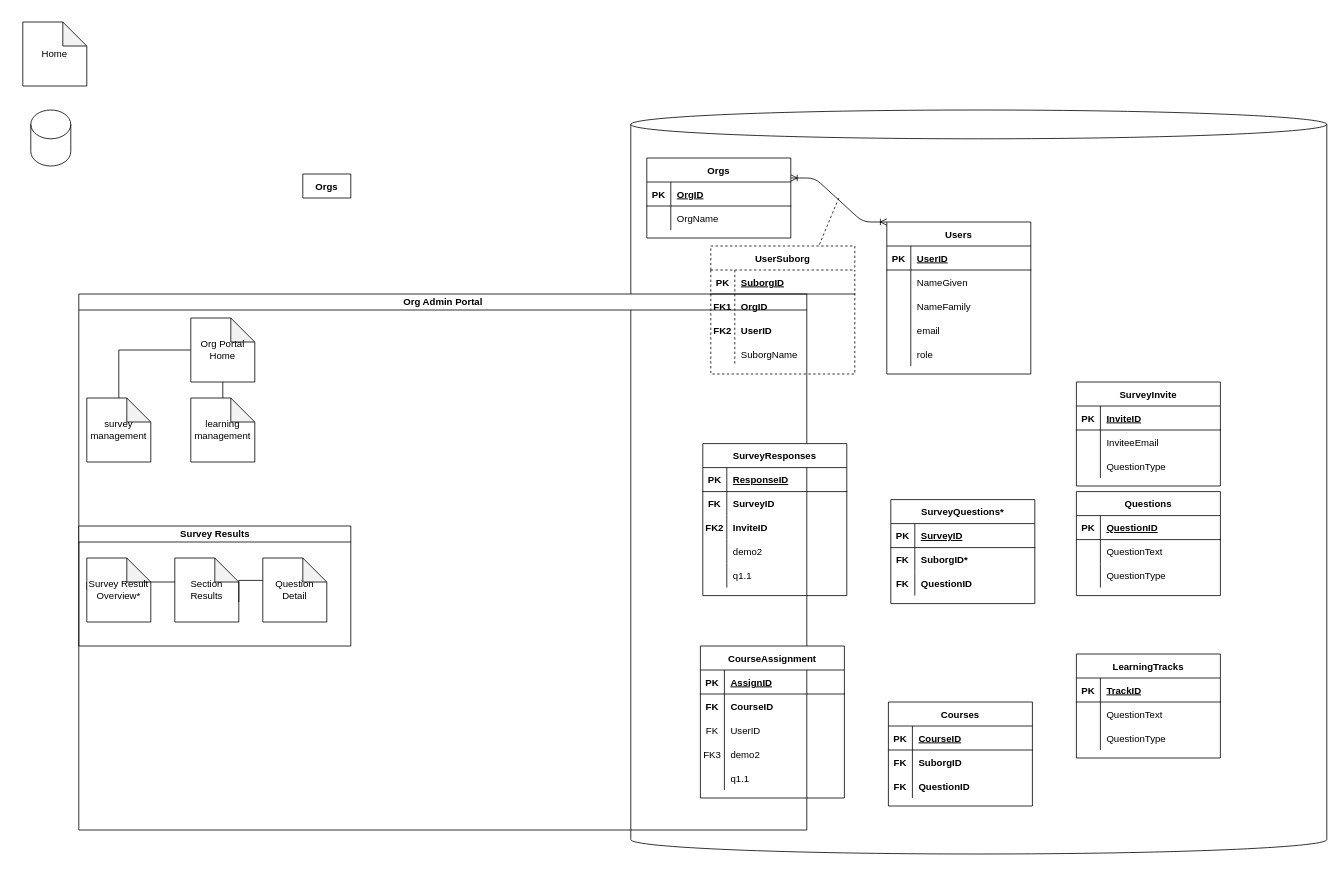
Earlier version of the draw.io diagram page "Page-1" (1 of 3) of Untitled Diagram.drawio (culteng/webapp). Source tidied: cells renumbered, new cells numbered last; positions are measured from the earlier drawing's top-left corner, leaving out a move shared by most shapes. Both pictures are drawn from the tidied source at 80%, with x=0, y=0 at pixel (22, 22).
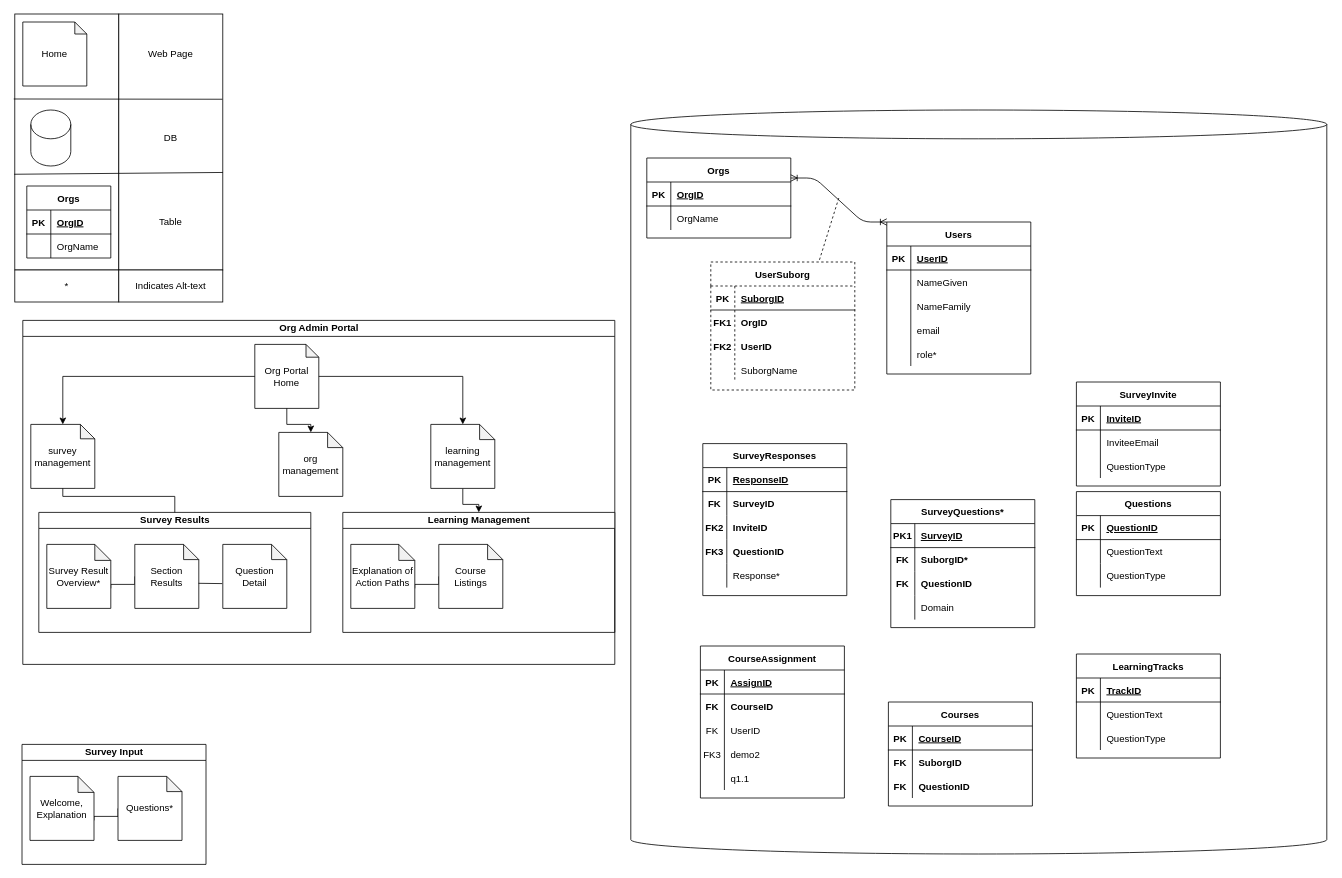
Above is the later version.

Unchanged cells that the change refers to:
```xml
<mxCell id="22" style="shape=partialRectangle;fillColor=none;top=0;left=0;bottom=0;right=0;" parent="9" vertex="1">
  <mxGeometry y="150" width="180" height="30" as="geometry" />
</mxCell>
<mxCell id="48" value="SurveyResponses" style="shape=table;startSize=30;childLayout=tableLayout;rowLines=0;fontStyle=1;align=center;" parent="1" vertex="1">
  <mxGeometry x="850" y="527" width="180" height="190" as="geometry" />
</mxCell>
<mxCell id="61" style="shape=partialRectangle;fillColor=none;top=0;left=0;bottom=0;right=0;" parent="48" vertex="1">
  <mxGeometry y="150" width="180" height="30" as="geometry" />
</mxCell>
<mxCell id="75" style="shape=partialRectangle;fillColor=none;top=0;left=0;bottom=1;right=0;" parent="74" vertex="1">
  <mxGeometry y="30" width="180" height="30" as="geometry" />
</mxCell>
```

Diff of the diagram source:
```diff
@@
+    <mxCell id="138" style="rounded=0;whiteSpace=wrap;html=1;" parent="1" vertex="1">
+      <mxGeometry x="-10" y="-10" width="130" height="320" as="geometry" />
+    </mxCell>
@@
     <mxCell id="3" value="Org Admin Portal" style="swimlane;html=1;startSize=20;horizontal=1;containerType=tree;" parent="1" vertex="1">
-      <mxGeometry x="70" y="340" width="910" height="670" as="geometry" />
+      <mxGeometry y="373" width="740" height="430" as="geometry" />
     </mxCell>
+    <mxCell id="139" value="Learning Management" style="swimlane;html=1;startSize=20;horizontal=1;containerType=tree;" parent="3" vertex="1">
+      <mxGeometry x="400" y="240" width="340" height="150" as="geometry" />
+    </mxCell>
+    <mxCell id="140" style="edgeStyle=elbowEdgeStyle;elbow=vertical;startArrow=none;endArrow=none;rounded=0;exitX=0;exitY=0;exitDx=80;exitDy=55;exitPerimeter=0;entryX=0;entryY=0.5;entryDx=0;entryDy=0;entryPerimeter=0;" parent="139" edge="1" source="141" target="142">
+      <mxGeometry relative="1" as="geometry">
+        <Array as="points">
+          <mxPoint x="100" y="90" />
+        </Array>
+      </mxGeometry>
+    </mxCell>
+    <mxCell id="141" value="Explanation of Action Paths" style="shape=note;whiteSpace=wrap;html=1;backgroundOutline=1;darkOpacity=0.05;fontFamily=Helvetica;fontSize=12;fontColor=#000000;align=center;strokeColor=#000000;fillColor=#ffffff;size=20;" parent="139" vertex="1">
+      <mxGeometry x="10" y="40" width="80" height="80" as="geometry" />
+    </mxCell>
+    <mxCell id="142" value="Course Listings" style="shape=note;whiteSpace=wrap;html=1;backgroundOutline=1;darkOpacity=0.05;fontFamily=Helvetica;fontSize=12;fontColor=#000000;align=center;strokeColor=#000000;fillColor=#ffffff;size=19;" parent="139" vertex="1">
+      <mxGeometry x="120" y="40" width="80" height="80" as="geometry" />
+    </mxCell>
+    <mxCell id="143" style="group;" parent="3" vertex="1">
+      <mxGeometry x="10" y="70" width="470" height="320" as="geometry" />
+    </mxCell>
+    <mxCell id="6" value="survey management" style="shape=note;whiteSpace=wrap;html=1;backgroundOutline=1;darkOpacity=0.05;fontFamily=Helvetica;fontSize=12;fontColor=#000000;align=center;strokeColor=#000000;fillColor=#ffffff;size=18;" parent="143" vertex="1">
+      <mxGeometry y="60" width="80" height="80" as="geometry" />
+    </mxCell>
+    <mxCell id="130" value="Survey Results" style="swimlane;html=1;startSize=20;horizontal=1;containerType=tree;" parent="143" vertex="1">
+      <mxGeometry x="10" y="170" width="340" height="150" as="geometry" />
+    </mxCell>
+    <mxCell id="131" style="edgeStyle=elbowEdgeStyle;elbow=vertical;startArrow=none;endArrow=none;rounded=0;exitX=0;exitY=0;exitDx=80;exitDy=55;exitPerimeter=0;entryX=0;entryY=0.5;entryDx=0;entryDy=0;entryPerimeter=0;" parent="130" edge="1" source="132" target="133">
+      <mxGeometry relative="1" as="geometry">
+        <Array as="points">
+          <mxPoint x="100" y="90" />
+        </Array>
+      </mxGeometry>
+    </mxCell>
+    <mxCell id="132" value="Survey Result Overview*" style="shape=note;whiteSpace=wrap;html=1;backgroundOutline=1;darkOpacity=0.05;fontFamily=Helvetica;fontSize=12;fontColor=#000000;align=center;strokeColor=#000000;fillColor=#ffffff;size=20;" parent="130" vertex="1">
+      <mxGeometry x="10" y="40" width="80" height="80" as="geometry" />
+    </mxCell>
+    <mxCell id="133" value="Section Results" style="shape=note;whiteSpace=wrap;html=1;backgroundOutline=1;darkOpacity=0.05;fontFamily=Helvetica;fontSize=12;fontColor=#000000;align=center;strokeColor=#000000;fillColor=#ffffff;size=19;" parent="130" vertex="1">
+      <mxGeometry x="120" y="40" width="80" height="80" as="geometry" />
+    </mxCell>
+    <mxCell id="134" style="edgeStyle=elbowEdgeStyle;elbow=vertical;startArrow=none;endArrow=none;rounded=0;exitX=0.996;exitY=0.608;exitDx=0;exitDy=0;exitPerimeter=0;entryX=-0.008;entryY=0.608;entryDx=0;entryDy=0;entryPerimeter=0;" parent="130" edge="1" source="133" target="135">
+      <mxGeometry relative="1" as="geometry" />
+    </mxCell>
+    <mxCell id="135" value="Question Detail" style="shape=note;whiteSpace=wrap;html=1;backgroundOutline=1;darkOpacity=0.05;fontFamily=Helvetica;fontSize=12;fontColor=#000000;align=center;strokeColor=#000000;fillColor=#ffffff;size=19;" parent="130" vertex="1">
+      <mxGeometry x="230" y="40" width="80" height="80" as="geometry" />
+    </mxCell>
+    <mxCell id="144" style="edgeStyle=elbowEdgeStyle;elbow=vertical;startArrow=none;endArrow=none;rounded=0;entryX=0.5;entryY=0;entryDx=0;entryDy=0;exitX=0.5;exitY=1;exitDx=0;exitDy=0;exitPerimeter=0;" parent="143" edge="1" source="6" target="130">
+      <mxGeometry relative="1" as="geometry">
+        <Array as="points">
+          <mxPoint x="100" y="150" />
+        </Array>
+      </mxGeometry>
+    </mxCell>
+    <mxCell id="145" style="group;" parent="143" vertex="1">
+      <mxGeometry x="310" y="8" width="160" height="142" as="geometry" />
+    </mxCell>
+    <mxCell id="8" value="org management" style="shape=note;whiteSpace=wrap;html=1;backgroundOutline=1;darkOpacity=0.05;fontFamily=Helvetica;fontSize=12;fontColor=#000000;align=center;strokeColor=#000000;fillColor=#ffffff;size=19;" parent="145" vertex="1">
+      <mxGeometry y="62" width="80" height="80" as="geometry" />
+    </mxCell>
+    <mxCell id="146" style="group;" parent="3" vertex="1">
+      <mxGeometry x="50" y="30" width="320" height="80" as="geometry" />
+    </mxCell>
+    <mxCell id="5" value="Org Portal Home" style="shape=note;whiteSpace=wrap;html=1;backgroundOutline=1;darkOpacity=0.05;fontFamily=Helvetica;fontSize=12;fontColor=#000000;align=center;strokeColor=#000000;fillColor=#ffffff;size=16;" parent="146" vertex="1">
+      <mxGeometry x="240" width="80" height="80" as="geometry" />
+    </mxCell>
-    <mxCell id="4" style="edgeStyle=elbowEdgeStyle;elbow=vertical;startArrow=none;endArrow=none;rounded=0;entryX=0.5;entryY=0;entryDx=0;entryDy=0;entryPerimeter=0;exitX=0;exitY=0.5;exitDx=0;exitDy=0;exitPerimeter=0;" parent="3" edge="1" source="5" target="6">
-      <mxGeometry relative="1" as="geometry">
-        <Array as="points">
-          <mxPoint x="100" y="70" />
-        </Array>
-      </mxGeometry>
+    <mxCell id="4" style="edgeStyle=orthogonalEdgeStyle;rounded=0;jettySize=auto;html=1;entryX=0.5;entryY=0;entryDx=0;entryDy=0;entryPerimeter=0;" parent="3" edge="1" source="5" target="6">
+      <mxGeometry relative="1" as="geometry" />
     </mxCell>
-    <mxCell id="5" value="Org Portal Home" style="shape=note;whiteSpace=wrap;html=1;backgroundOutline=1;darkOpacity=0.05;fontFamily=Helvetica;fontSize=12;fontColor=#000000;align=center;strokeColor=#000000;fillColor=#ffffff;" parent="3" vertex="1">
-      <mxGeometry x="140" y="30" width="80" height="80" as="geometry" />
-    </mxCell>
-    <mxCell id="6" value="survey management" style="shape=note;whiteSpace=wrap;html=1;backgroundOutline=1;darkOpacity=0.05;fontFamily=Helvetica;fontSize=12;fontColor=#000000;align=center;strokeColor=#000000;fillColor=#ffffff;" parent="3" vertex="1">
-      <mxGeometry x="10" y="130" width="80" height="80" as="geometry" />
-    </mxCell>
-    <mxCell id="7" style="edgeStyle=elbowEdgeStyle;elbow=vertical;startArrow=none;endArrow=none;rounded=0;entryX=0.5;entryY=0;entryDx=0;entryDy=0;entryPerimeter=0;" parent="3" edge="1" target="8">
-      <mxGeometry relative="1" as="geometry">
-        <mxPoint x="180" y="110" as="sourcePoint" />
-      </mxGeometry>
-    </mxCell>
-    <mxCell id="8" value="learning management" style="shape=note;whiteSpace=wrap;html=1;backgroundOutline=1;darkOpacity=0.05;fontFamily=Helvetica;fontSize=12;fontColor=#000000;align=center;strokeColor=#000000;fillColor=#ffffff;" parent="3" vertex="1">
-      <mxGeometry x="140" y="130" width="80" height="80" as="geometry" />
-    </mxCell>
+    <mxCell id="147" style="edgeStyle=orthogonalEdgeStyle;rounded=0;jettySize=auto;html=1;entryX=0.5;entryY=0;entryDx=0;entryDy=0;entryPerimeter=0;" parent="3" edge="1" source="5" target="8">
+      <mxGeometry relative="1" as="geometry" />
+    </mxCell>
+    <mxCell id="148" style="edgeStyle=orthogonalEdgeStyle;rounded=0;jettySize=auto;html=1;entryX=0.5;entryY=0;entryDx=0;entryDy=0;" parent="3" edge="1" source="149" target="139">
+      <mxGeometry relative="1" as="geometry" />
+    </mxCell>
+    <mxCell id="149" value="learning management" style="shape=note;whiteSpace=wrap;html=1;backgroundOutline=1;darkOpacity=0.05;fontFamily=Helvetica;fontSize=12;fontColor=#000000;align=center;strokeColor=#000000;fillColor=#ffffff;size=19;" parent="3" vertex="1">
+      <mxGeometry x="510" y="130" width="80" height="80" as="geometry" />
+    </mxCell>
+    <mxCell id="150" style="edgeStyle=orthogonalEdgeStyle;rounded=0;jettySize=auto;html=1;entryX=0.5;entryY=0;entryDx=0;entryDy=0;entryPerimeter=0;" parent="3" edge="1" source="5" target="149">
+      <mxGeometry relative="1" as="geometry" />
+    </mxCell>
@@
-    <mxCell id="24" value="role" style="shape=partialRectangle;fillColor=none;top=0;left=0;bottom=0;right=0;align=left;spacingLeft=6;overflow=hidden;" parent="22" vertex="1">
+    <mxCell id="24" value="role*" style="shape=partialRectangle;fillColor=none;top=0;left=0;bottom=0;right=0;align=left;spacingLeft=6;overflow=hidden;" parent="22" vertex="1">
       <mxGeometry x="30" width="150" height="30" as="geometry" />
     </mxCell>
@@
     <mxCell id="32" value="UserSuborg" style="shape=table;startSize=30;childLayout=tableLayout;rowLines=0;fontStyle=1;align=center;dashed=1;" parent="1" vertex="1">
-      <mxGeometry x="860" y="280" width="180" height="160" as="geometry" />
+      <mxGeometry x="860" y="300" width="180" height="160" as="geometry" />
     </mxCell>
@@
-    <mxCell id="47" value="Home" style="shape=note;whiteSpace=wrap;html=1;backgroundOutline=1;darkOpacity=0.05;fontFamily=Helvetica;fontSize=12;fontColor=#000000;align=center;strokeColor=#000000;fillColor=#ffffff;" parent="1" vertex="1">
+    <mxCell id="47" value="Home" style="shape=note;whiteSpace=wrap;html=1;backgroundOutline=1;darkOpacity=0.05;fontFamily=Helvetica;fontSize=12;fontColor=#000000;align=center;strokeColor=#000000;fillColor=#ffffff;size=15;" parent="1" vertex="1">
       <mxGeometry width="80" height="80" as="geometry" />
     </mxCell>
@@
-    <mxCell id="58" style="shape=partialRectangle;fillColor=none;top=0;left=0;bottom=0;right=0;" parent="48" vertex="1">
+    <mxCell id="58" style="shape=partialRectangle;fillColor=none;top=0;left=0;bottom=0;right=0;fontStyle=1;" parent="48" vertex="1">
       <mxGeometry y="120" width="180" height="30" as="geometry" />
     </mxCell>
-    <mxCell id="59" style="shape=partialRectangle;fillColor=none;top=0;left=0;bottom=0;right=0;overflow=hidden;" parent="58" vertex="1">
+    <mxCell id="59" value="FK3" style="shape=partialRectangle;fillColor=none;top=0;left=0;bottom=0;right=0;overflow=hidden;fontStyle=1;" parent="58" vertex="1">
       <mxGeometry width="30" height="30" as="geometry" />
     </mxCell>
-    <mxCell id="60" value="demo2" style="shape=partialRectangle;fillColor=none;top=0;left=0;bottom=0;right=0;align=left;spacingLeft=6;overflow=hidden;" parent="58" vertex="1">
+    <mxCell id="60" value="QuestionID" style="shape=partialRectangle;fillColor=none;top=0;left=0;bottom=0;right=0;align=left;spacingLeft=6;overflow=hidden;fontStyle=1;" parent="58" vertex="1">
       <mxGeometry x="30" width="150" height="30" as="geometry" />
     </mxCell>
@@
-    <mxCell id="63" value="q1.1" style="shape=partialRectangle;fillColor=none;top=0;left=0;bottom=0;right=0;align=left;spacingLeft=6;overflow=hidden;" parent="61" vertex="1">
+    <mxCell id="63" value="Response*" style="shape=partialRectangle;fillColor=none;top=0;left=0;bottom=0;right=0;align=left;spacingLeft=6;overflow=hidden;" parent="61" vertex="1">
       <mxGeometry x="30" width="150" height="30" as="geometry" />
     </mxCell>
@@
     <mxCell id="74" value="SurveyQuestions*" style="shape=table;startSize=30;childLayout=tableLayout;rowLines=0;fontStyle=1;align=center;" parent="1" vertex="1">
-      <mxGeometry x="1085" y="597" width="180" height="130" as="geometry" />
+      <mxGeometry x="1085" y="597" width="180" height="160" as="geometry" />
     </mxCell>
@@
-    <mxCell id="76" value="PK" style="shape=partialRectangle;fillColor=none;top=0;left=0;bottom=0;right=0;fontStyle=1;overflow=hidden;" parent="75" vertex="1">
+    <mxCell id="76" value="PK1" style="shape=partialRectangle;fillColor=none;top=0;left=0;bottom=0;right=0;fontStyle=1;overflow=hidden;" parent="75" vertex="1">
       <mxGeometry width="30" height="30" as="geometry" />
     </mxCell>
@@
+    <mxCell id="151" style="shape=partialRectangle;fillColor=none;top=0;left=0;bottom=0;right=0;fontStyle=1;" parent="74" vertex="1">
+      <mxGeometry y="120" width="180" height="30" as="geometry" />
+    </mxCell>
+    <mxCell id="152" style="shape=partialRectangle;fillColor=none;top=0;left=0;bottom=0;right=0;overflow=hidden;fontStyle=1;" parent="151" vertex="1">
+      <mxGeometry width="30" height="30" as="geometry" />
+    </mxCell>
+    <mxCell id="153" value="Domain" style="shape=partialRectangle;fillColor=none;top=0;left=0;bottom=0;right=0;align=left;spacingLeft=6;overflow=hidden;fontStyle=0;" parent="151" vertex="1">
+      <mxGeometry x="30" width="150" height="30" as="geometry" />
+    </mxCell>
@@
-    <mxCell id="130" value="Survey Results" style="swimlane;html=1;startSize=20;horizontal=1;containerType=tree;" parent="1" vertex="1">
-      <mxGeometry x="70" y="630" width="340" height="150" as="geometry" />
-    </mxCell>
-    <mxCell id="131" style="edgeStyle=elbowEdgeStyle;elbow=vertical;startArrow=none;endArrow=none;rounded=0;entryX=0.5;entryY=0;entryDx=0;entryDy=0;entryPerimeter=0;exitX=0;exitY=0.5;exitDx=0;exitDy=0;exitPerimeter=0;" parent="130" edge="1" source="132" target="133">
-      <mxGeometry relative="1" as="geometry">
-        <Array as="points">
-          <mxPoint x="100" y="70" />
-        </Array>
-      </mxGeometry>
-    </mxCell>
-    <mxCell id="132" value="Survey Result Overview*" style="shape=note;whiteSpace=wrap;html=1;backgroundOutline=1;darkOpacity=0.05;fontFamily=Helvetica;fontSize=12;fontColor=#000000;align=center;strokeColor=#000000;fillColor=#ffffff;" parent="130" vertex="1">
-      <mxGeometry x="10" y="40" width="80" height="80" as="geometry" />
-    </mxCell>
-    <mxCell id="133" value="Section Results" style="shape=note;whiteSpace=wrap;html=1;backgroundOutline=1;darkOpacity=0.05;fontFamily=Helvetica;fontSize=12;fontColor=#000000;align=center;strokeColor=#000000;fillColor=#ffffff;" parent="130" vertex="1">
-      <mxGeometry x="120" y="40" width="80" height="80" as="geometry" />
-    </mxCell>
-    <mxCell id="134" style="edgeStyle=elbowEdgeStyle;elbow=vertical;startArrow=none;endArrow=none;rounded=0;entryX=0.5;entryY=0;entryDx=0;entryDy=0;entryPerimeter=0;exitX=0;exitY=0;exitDx=80;exitDy=55;exitPerimeter=0;" parent="130" edge="1" source="133" target="135">
-      <mxGeometry relative="1" as="geometry" />
-    </mxCell>
-    <mxCell id="135" value="Question Detail" style="shape=note;whiteSpace=wrap;html=1;backgroundOutline=1;darkOpacity=0.05;fontFamily=Helvetica;fontSize=12;fontColor=#000000;align=center;strokeColor=#000000;fillColor=#ffffff;" parent="130" vertex="1">
-      <mxGeometry x="230" y="40" width="80" height="80" as="geometry" />
-    </mxCell>
@@
-    <mxCell id="137" value="Orgs" style="shape=table;startSize=30;childLayout=tableLayout;rowLines=0;fontStyle=1;align=center;" parent="1" vertex="1" collapsed="1">
-      <mxGeometry x="350" y="190" width="60" height="30" as="geometry" />
+    <mxCell id="137" value="Orgs" style="shape=table;startSize=30;childLayout=tableLayout;rowLines=0;fontStyle=1;align=center;" parent="1" vertex="1">
+      <mxGeometry x="5" y="205" width="105" height="90" as="geometry" />
     </mxCell>
+    <mxCell id="154" style="shape=partialRectangle;fillColor=none;top=0;left=0;bottom=1;right=0;" parent="137" vertex="1">
+      <mxGeometry y="30" width="105" height="30" as="geometry" />
+    </mxCell>
+    <mxCell id="155" value="PK" style="shape=partialRectangle;fillColor=none;top=0;left=0;bottom=0;right=0;fontStyle=1;overflow=hidden;" parent="154" vertex="1">
+      <mxGeometry width="30" height="30" as="geometry" />
+    </mxCell>
+    <mxCell id="156" value="OrgID" style="shape=partialRectangle;fillColor=none;top=0;left=0;bottom=0;right=0;align=left;spacingLeft=6;fontStyle=5;overflow=hidden;" parent="154" vertex="1">
+      <mxGeometry x="30" width="75" height="30" as="geometry" />
+    </mxCell>
+    <mxCell id="157" style="shape=partialRectangle;fillColor=none;top=0;left=0;bottom=0;right=0;" parent="137" vertex="1">
+      <mxGeometry y="60" width="105" height="30" as="geometry" />
+    </mxCell>
+    <mxCell id="158" style="shape=partialRectangle;fillColor=none;top=0;left=0;bottom=0;right=0;overflow=hidden;" parent="157" vertex="1">
+      <mxGeometry width="30" height="30" as="geometry" />
+    </mxCell>
+    <mxCell id="159" value="OrgName" style="shape=partialRectangle;fillColor=none;top=0;left=0;bottom=0;right=0;align=left;spacingLeft=6;overflow=hidden;" parent="157" vertex="1">
+      <mxGeometry x="30" width="75" height="30" as="geometry" />
+    </mxCell>
+    <mxCell id="160" style="rounded=0;whiteSpace=wrap;html=1;" parent="1" vertex="1">
+      <mxGeometry x="120" y="-10" width="130" height="320" as="geometry" />
+    </mxCell>
+    <mxCell id="161" style="endArrow=none;html=1;exitX=-0.01;exitY=0.332;exitDx=0;exitDy=0;exitPerimeter=0;entryX=0.997;entryY=0.333;entryDx=0;entryDy=0;entryPerimeter=0;" parent="1" edge="1" source="138" target="160">
+      <mxGeometry relative="1" as="geometry" />
+    </mxCell>
+    <mxCell id="162" style="endArrow=none;html=1;exitX=-0.006;exitY=0.626;exitDx=0;exitDy=0;exitPerimeter=0;entryX=1.001;entryY=0.619;entryDx=0;entryDy=0;entryPerimeter=0;" parent="1" edge="1" source="138" target="160">
+      <mxGeometry relative="1" as="geometry" />
+    </mxCell>
+    <mxCell id="163" value="DB" style="text;html=1;strokeColor=none;fillColor=none;align=center;verticalAlign=middle;whiteSpace=wrap;rounded=0;" parent="1" vertex="1">
+      <mxGeometry x="120" y="135" width="130" height="20" as="geometry" />
+    </mxCell>
+    <mxCell id="164" value="Web Page" style="text;html=1;strokeColor=none;fillColor=none;align=center;verticalAlign=middle;whiteSpace=wrap;rounded=0;" parent="1" vertex="1">
+      <mxGeometry x="120" y="30" width="130" height="20" as="geometry" />
+    </mxCell>
+    <mxCell id="165" value="Table" style="text;html=1;strokeColor=none;fillColor=none;align=center;verticalAlign=middle;whiteSpace=wrap;rounded=0;" parent="1" vertex="1">
+      <mxGeometry x="120" y="240" width="130" height="20" as="geometry" />
+    </mxCell>
+    <mxCell id="166" value="Survey Input" style="swimlane;html=1;startSize=20;horizontal=1;containerType=tree;" parent="1" vertex="1">
+      <mxGeometry x="-1" y="903" width="230" height="150" as="geometry" />
+    </mxCell>
+    <mxCell id="167" style="edgeStyle=elbowEdgeStyle;elbow=vertical;startArrow=none;endArrow=none;rounded=0;exitX=0;exitY=0;exitDx=80;exitDy=55;exitPerimeter=0;entryX=0;entryY=0.5;entryDx=0;entryDy=0;entryPerimeter=0;" parent="166" edge="1" source="168" target="169">
+      <mxGeometry relative="1" as="geometry">
+        <Array as="points">
+          <mxPoint x="100" y="90" />
+        </Array>
+      </mxGeometry>
+    </mxCell>
+    <mxCell id="168" value="Welcome, Explanation" style="shape=note;whiteSpace=wrap;html=1;backgroundOutline=1;darkOpacity=0.05;fontFamily=Helvetica;fontSize=12;fontColor=#000000;align=center;strokeColor=#000000;fillColor=#ffffff;size=20;" parent="166" vertex="1">
+      <mxGeometry x="10" y="40" width="80" height="80" as="geometry" />
+    </mxCell>
+    <mxCell id="169" value="Questions*" style="shape=note;whiteSpace=wrap;html=1;backgroundOutline=1;darkOpacity=0.05;fontFamily=Helvetica;fontSize=12;fontColor=#000000;align=center;strokeColor=#000000;fillColor=#ffffff;size=19;" parent="166" vertex="1">
+      <mxGeometry x="120" y="40" width="80" height="80" as="geometry" />
+    </mxCell>
+    <mxCell id="170" value="*" style="rounded=0;whiteSpace=wrap;html=1;" parent="1" vertex="1">
+      <mxGeometry x="-10" y="310" width="130" height="40" as="geometry" />
+    </mxCell>
+    <mxCell id="171" value="Indicates Alt-text" style="rounded=0;whiteSpace=wrap;html=1;" parent="1" vertex="1">
+      <mxGeometry x="120" y="310" width="130" height="40" as="geometry" />
+    </mxCell>
```
